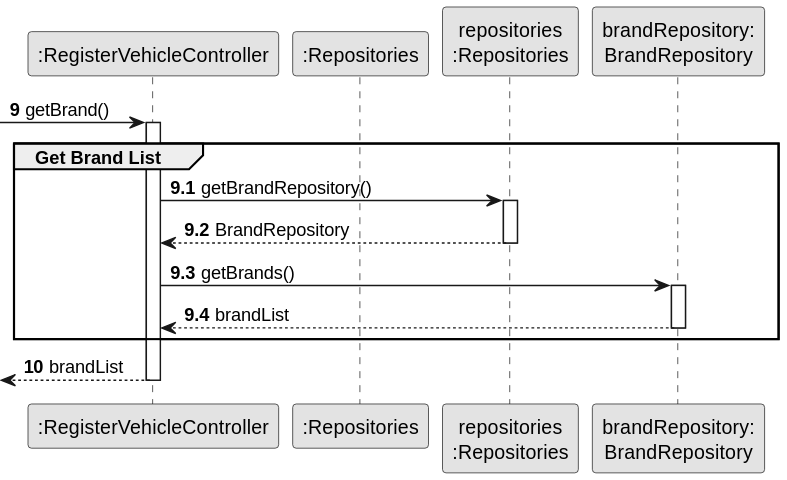
The PlantUML diagram docs/sprintB/us006/03.design/svg/us006-sequence-diagram-partial-get-brand-list.svg in ricardomm7/leaflink, before a commit.
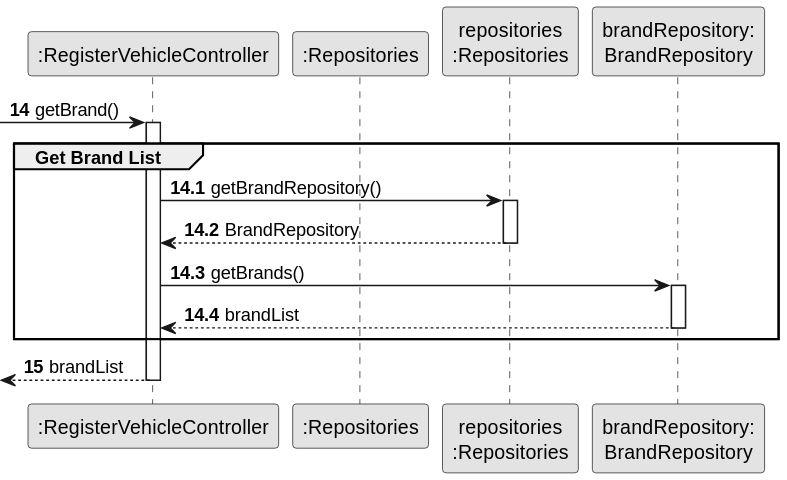
The same file after the commit.

What changed in the source:
```diff
@@ -10,10 +10,10 @@
 participant ":Repositories" as RepositorySingleton
 participant "repositories\n:Repositories" as PLAT
 participant "brandRepository:\nBrandRepository" as BrandRepository
-autonumber 9
+autonumber 14
 
  -> CTRL : getBrand()
-autonumber 9.1
+autonumber 14.1
 
 activate CTRL
 
@@ -32,7 +32,7 @@
             deactivate BrandRepository
 
     end
-    autonumber 10
+    autonumber 15
     <-- CTRL  : brandList
 deactivate CTRL
 @enduml
```
